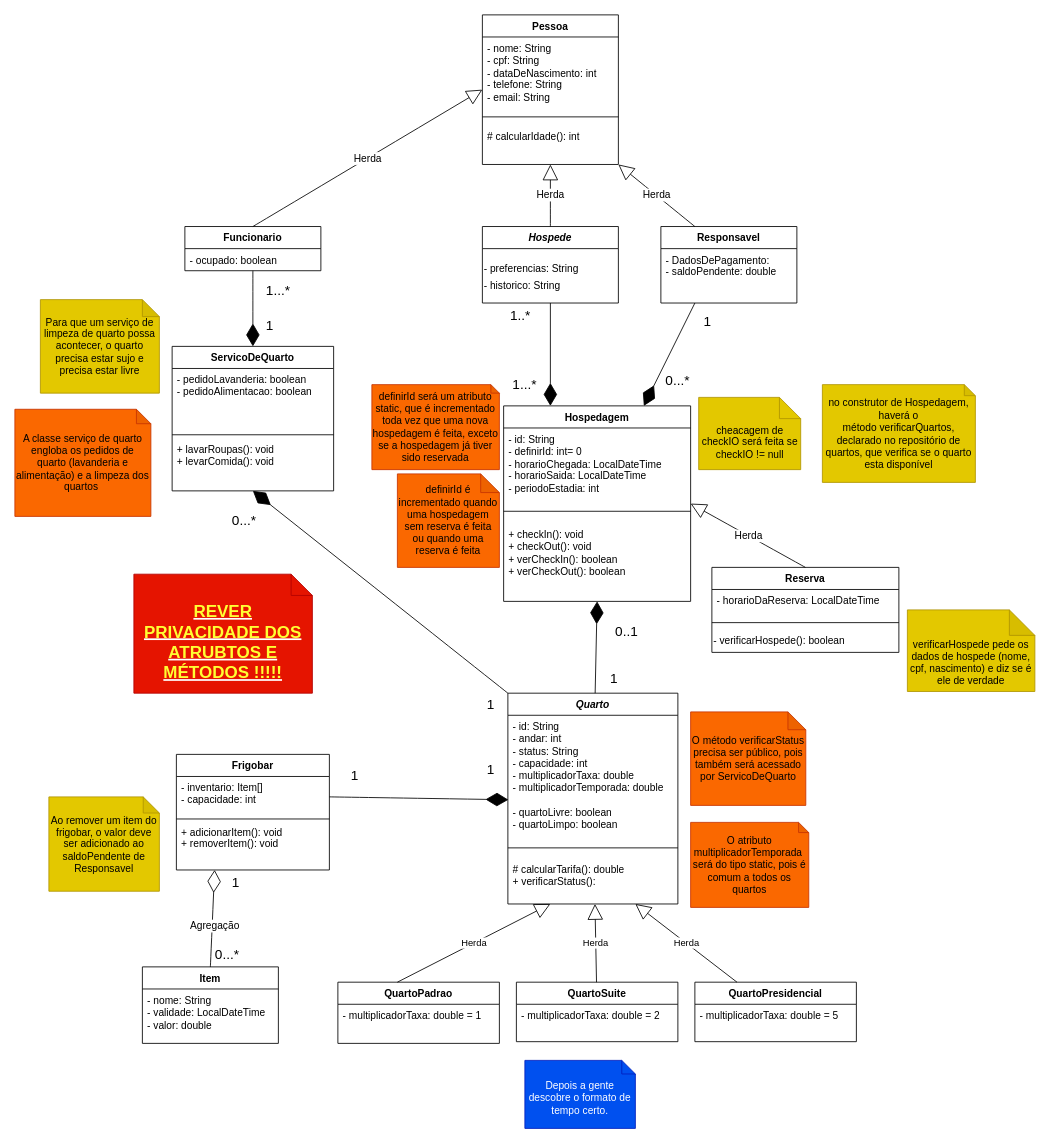
tucq27/Entrega1-IP2-SmartHotel keeps this draw.io diagram as HotelDeHilbert.drawio. Above is the earlier version. Source tidied: cells renumbered, new cells numbered last; positions are measured from the earlier drawing's top-left corner, leaving out a move shared by most shapes. Both pictures are drawn from the tidied source at 85%, with x=0, y=0 at pixel (14, 14).
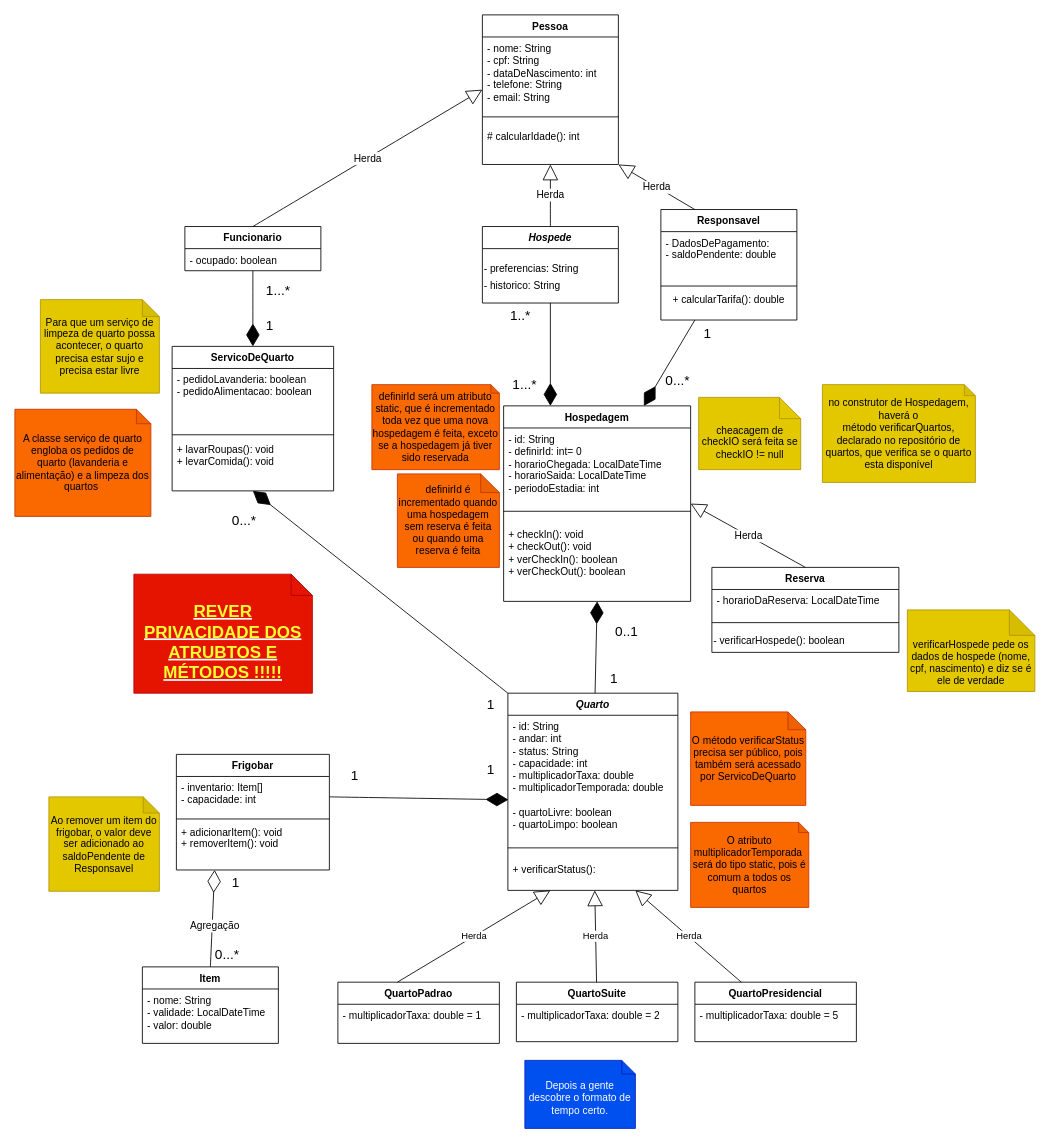
Above is the later version.

Commit message (it also covers changes not shown here):
mudei a Classe do método calcularTarifa( )

removi o metodo calcularTarifa da classe Quarto para classe Responsavel, também mudei a visibilidade do método, que antes era protected (pois só precisava ser acessado pelas subclasses de Quarto, ao calcular o valor de cada diária) e agora é public, pois o método agora será utilizado para calcular todos os custos que Responsavel precisará pagar, e será utilizado em diversas classes (Quarto, Frigobar, Servico)

Diff of the diagram source:
```diff
@@
     <mxCell id="2" value="&lt;i&gt;Quarto&lt;/i&gt;" style="swimlane;fontStyle=1;align=center;verticalAlign=top;horizontal=1;startSize=26;whiteSpace=wrap;html=1;" parent="1" vertex="1">
-      <mxGeometry x="580" y="798" width="200" height="248" as="geometry" />
+      <mxGeometry x="580" y="798" width="200" height="232" as="geometry" />
     </mxCell>
@@
-    <mxCell id="5" value="# calcularTarifa(): double&lt;div&gt;+ verificarStatus():&amp;nbsp;&lt;/div&gt;" style="text;strokeColor=none;fillColor=none;align=left;verticalAlign=top;spacingLeft=4;spacingRight=4;overflow=hidden;whiteSpace=wrap;html=1;" parent="2" vertex="1">
-      <mxGeometry y="194" width="200" height="54" as="geometry" />
+    <mxCell id="5" value="&lt;div&gt;+ verificarStatus():&amp;nbsp;&lt;/div&gt;" style="text;strokeColor=none;fillColor=none;align=left;verticalAlign=top;spacingLeft=4;spacingRight=4;overflow=hidden;whiteSpace=wrap;html=1;" parent="2" vertex="1">
+      <mxGeometry y="194" width="200" height="38" as="geometry" />
     </mxCell>
@@
     <mxCell id="17" value="Responsavel" style="swimlane;fontStyle=1;align=center;verticalAlign=top;horizontal=1;startSize=26;whiteSpace=wrap;html=1;" parent="1" vertex="1">
-      <mxGeometry x="760" y="249" width="160" height="90" as="geometry" />
+      <mxGeometry x="760" y="229" width="160" height="130" as="geometry" />
     </mxCell>
     <mxCell id="18" value="&lt;div&gt;- DadosDePagamento:&amp;nbsp;&lt;/div&gt;- saldoPendente: double" style="text;strokeColor=none;fillColor=none;align=left;verticalAlign=top;spacingLeft=4;spacingRight=4;overflow=hidden;whiteSpace=wrap;html=1;" parent="17" vertex="1">
-      <mxGeometry y="26" width="160" height="64" as="geometry" />
+      <mxGeometry y="26" width="160" height="54" as="geometry" />
     </mxCell>
+    <mxCell id="82" style="line;strokeWidth=1;fillColor=none;align=left;verticalAlign=middle;spacingTop=-1;spacingLeft=3;spacingRight=3;labelPosition=right;strokeColor=inherit;" parent="17" vertex="1">
+      <mxGeometry y="80" width="160" height="20" as="geometry" />
+    </mxCell>
+    <mxCell id="83" value="&lt;span style=&quot;font-size: 12px; text-align: left;&quot;&gt;+ calcularTarifa(): double&lt;/span&gt;&lt;div&gt;&lt;span style=&quot;font-size: 12px; text-align: left;&quot;&gt;&lt;br&gt;&lt;/span&gt;&lt;/div&gt;" style="text;html=1;whiteSpace=wrap;strokeColor=none;fillColor=none;align=center;verticalAlign=middle;rounded=0;fontSize=16;" parent="17" vertex="1">
+      <mxGeometry y="100" width="160" height="30" as="geometry" />
+    </mxCell>
@@
     <mxCell id="58" value="1" style="text;html=1;whiteSpace=wrap;strokeColor=none;fillColor=none;align=center;verticalAlign=middle;rounded=0;fontSize=16;" parent="1" vertex="1">
-      <mxGeometry x="800" y="345" width="30" height="30" as="geometry" />
+      <mxGeometry x="800" y="360" width="30" height="30" as="geometry" />
     </mxCell>
```
